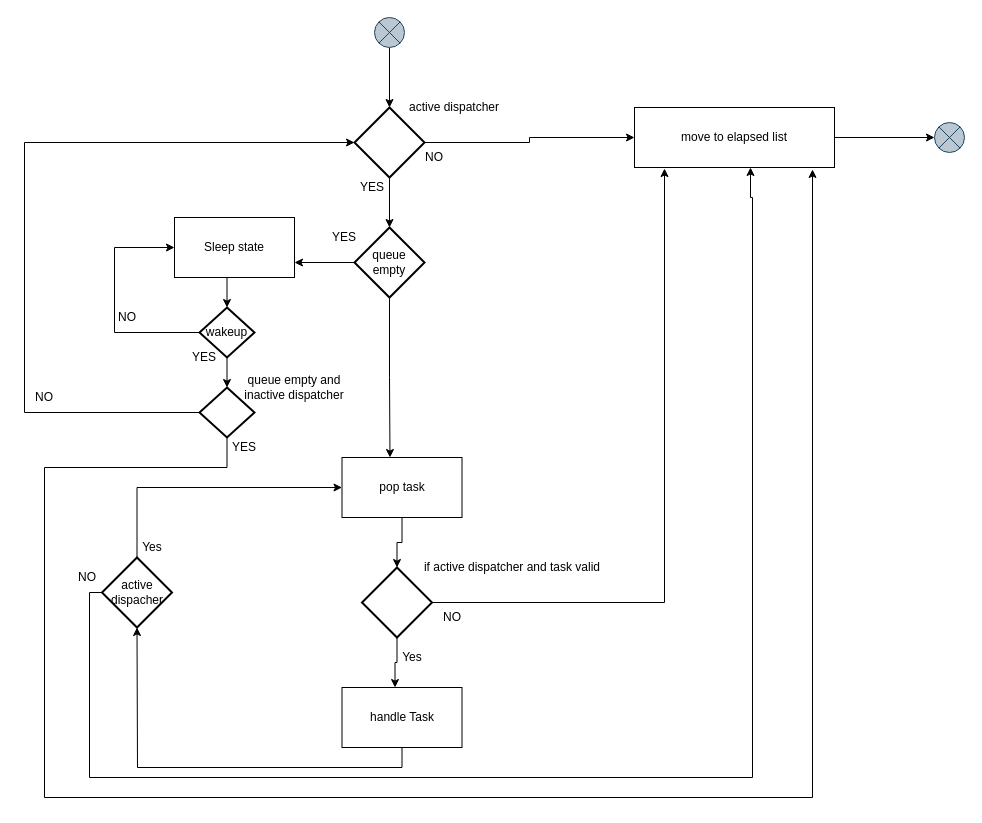
taikt/codefun keeps this draw.io diagram as page "dl_worker" (6 of 9) of doc/SA cert/Design/performance.drawio. Above is the earlier version. Source tidied: cells renumbered, new cells numbered last; positions are measured from the earlier drawing's top-left corner, leaving out a move shared by most shapes. Both pictures are drawn from the tidied source at 100%, with x=0, y=0 at pixel (24, 17).
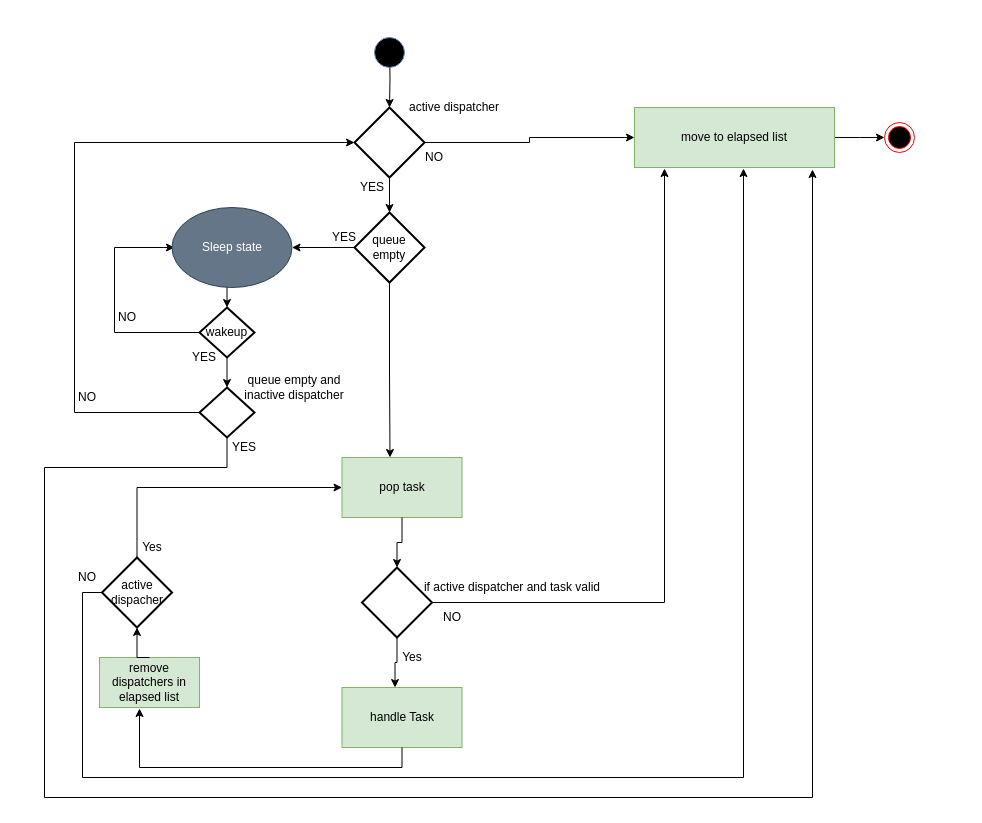
The same diagram, later.

The change refers to these unchanged cells:
```xml
<mxCell id="4" style="strokeWidth=2;html=1;shape=mxgraph.flowchart.decision;whiteSpace=wrap;fillColor=none;gradientColor=#ffffff;" parent="1" vertex="1">
  <mxGeometry x="330" y="90" width="70" height="70" as="geometry" />
</mxCell>
<mxCell id="16" style="strokeWidth=2;html=1;shape=mxgraph.flowchart.decision;whiteSpace=wrap;fillColor=none;gradientColor=#ffffff;" parent="1" vertex="1">
  <mxGeometry x="337.5" y="550" width="70" height="70" as="geometry" />
</mxCell>
<mxCell id="23" value="active dispacher" style="strokeWidth=2;html=1;shape=mxgraph.flowchart.decision;whiteSpace=wrap;fillColor=none;gradientColor=#ffffff;" parent="1" vertex="1">
  <mxGeometry x="77.5" y="540" width="70" height="70" as="geometry" />
</mxCell>
<mxCell id="36" value="wakeup" style="strokeWidth=2;html=1;shape=mxgraph.flowchart.decision;whiteSpace=wrap;fillColor=none;gradientColor=#ffffff;" parent="1" vertex="1">
  <mxGeometry x="175" y="290" width="55" height="50" as="geometry" />
</mxCell>
<mxCell id="40" style="strokeWidth=2;html=1;shape=mxgraph.flowchart.decision;whiteSpace=wrap;fillColor=none;gradientColor=#ffffff;" parent="1" vertex="1">
  <mxGeometry x="175" y="370" width="55" height="50" as="geometry" />
</mxCell>
```

The edit, as a diff of the source:
```diff
@@
-    <mxCell id="6" style="edgeStyle=orthogonalEdgeStyle;rounded=0;jettySize=auto;html=1;exitX=1;exitY=0.5;exitDx=0;exitDy=0;" parent="1" edge="1" source="7" target="27">
-      <mxGeometry relative="1" as="geometry" />
+    <mxCell id="6" style="edgeStyle=orthogonalEdgeStyle;rounded=0;jettySize=auto;html=1;exitX=1;exitY=0.5;exitDx=0;exitDy=0;" parent="1" edge="1" source="7">
+      <mxGeometry relative="1" as="geometry">
+        <mxPoint x="860" y="120" as="targetPoint" />
+      </mxGeometry>
     </mxCell>
-    <mxCell id="7" value="move to elapsed list" style="rounded=0;whiteSpace=wrap;html=1;" parent="1" vertex="1">
+    <mxCell id="7" value="move to elapsed list" style="rounded=0;whiteSpace=wrap;html=1;fillColor=#d5e8d4;strokeColor=#82b366;" parent="1" vertex="1">
       <mxGeometry x="610" y="90" width="200" height="60" as="geometry" />
     </mxCell>
@@
-    <mxCell id="9" style="edgeStyle=orthogonalEdgeStyle;rounded=0;jettySize=auto;html=1;exitX=0.5;exitY=1;exitDx=0;exitDy=0;entryX=0.5;entryY=0;entryDx=0;entryDy=0;entryPerimeter=0;" parent="1" edge="1" source="10" target="4">
-      <mxGeometry relative="1" as="geometry" />
+    <mxCell id="9" style="edgeStyle=orthogonalEdgeStyle;rounded=0;jettySize=auto;html=1;exitX=0.5;exitY=1;exitDx=0;exitDy=0;entryX=0.5;entryY=0;entryDx=0;entryDy=0;entryPerimeter=0;" parent="1" edge="1" target="4">
+      <mxGeometry relative="1" as="geometry">
+        <mxPoint x="365" y="30" as="sourcePoint" />
+      </mxGeometry>
     </mxCell>
-    <mxCell id="10" style="shape=sumEllipse;perimeter=ellipsePerimeter;whiteSpace=wrap;html=1;backgroundOutline=1;fillColor=#bac8d3;strokeColor=#23445d;" parent="1" vertex="1">
-      <mxGeometry x="350" width="30" height="30" as="geometry" />
-    </mxCell>
-    <mxCell id="11" style="edgeStyle=orthogonalEdgeStyle;rounded=0;jettySize=auto;html=1;exitX=0.5;exitY=1;exitDx=0;exitDy=0;entryX=0.5;entryY=0;entryDx=0;entryDy=0;entryPerimeter=0;" parent="1" edge="1" source="12" target="16">
-      <mxGeometry relative="1" as="geometry" />
-    </mxCell>
-    <mxCell id="12" value="pop task" style="rounded=0;whiteSpace=wrap;html=1;" parent="1" vertex="1">
+    <mxCell id="12" value="pop task" style="rounded=0;whiteSpace=wrap;html=1;fillColor=#d5e8d4;strokeColor=#82b366;" parent="1" vertex="1">
       <mxGeometry x="317.5" y="440" width="120" height="60" as="geometry" />
     </mxCell>
@@
     <mxCell id="17" value="if active dispatcher and task valid" style="text;html=1;strokeColor=none;fillColor=none;align=center;verticalAlign=middle;whiteSpace=wrap;rounded=0;" parent="1" vertex="1">
-      <mxGeometry x="377.5" y="540" width="220" height="20" as="geometry" />
+      <mxGeometry x="377.5" y="560" width="220" height="20" as="geometry" />
     </mxCell>
-    <mxCell id="18" style="edgeStyle=orthogonalEdgeStyle;rounded=0;jettySize=auto;html=1;exitX=0.5;exitY=1;exitDx=0;exitDy=0;" parent="1" edge="1" source="19">
-      <mxGeometry relative="1" as="geometry">
-        <mxPoint x="112.5" y="610" as="targetPoint" />
-      </mxGeometry>
-    </mxCell>
-    <mxCell id="19" value="handle Task" style="rounded=0;whiteSpace=wrap;html=1;" parent="1" vertex="1">
+    <mxCell id="19" value="handle Task" style="rounded=0;whiteSpace=wrap;html=1;fillColor=#d5e8d4;strokeColor=#82b366;" parent="1" vertex="1">
       <mxGeometry x="317.5" y="670" width="120" height="60" as="geometry" />
     </mxCell>
@@
-    <mxCell id="22" style="edgeStyle=orthogonalEdgeStyle;rounded=0;jettySize=auto;html=1;exitX=0;exitY=0.5;exitDx=0;exitDy=0;exitPerimeter=0;entryX=0.58;entryY=1;entryDx=0;entryDy=0;entryPerimeter=0;" parent="1" edge="1" source="23" target="7">
-      <mxGeometry relative="1" as="geometry">
-        <Array as="points">
-          <mxPoint x="65" y="575" />
-          <mxPoint x="65" y="760" />
-          <mxPoint x="728" y="760" />
-          <mxPoint x="728" y="180" />
-          <mxPoint x="726" y="180" />
-        </Array>
-      </mxGeometry>
-    </mxCell>
@@
-    <mxCell id="27" style="shape=sumEllipse;perimeter=ellipsePerimeter;whiteSpace=wrap;html=1;backgroundOutline=1;fillColor=#bac8d3;strokeColor=#23445d;" parent="1" vertex="1">
-      <mxGeometry x="910" y="105" width="30" height="30" as="geometry" />
-    </mxCell>
@@
-    <mxCell id="29" style="edgeStyle=orthogonalEdgeStyle;rounded=0;jettySize=auto;html=1;exitX=0;exitY=0.5;exitDx=0;exitDy=0;exitPerimeter=0;entryX=1;entryY=0.75;entryDx=0;entryDy=0;" parent="1" edge="1" source="30" target="32">
+    <mxCell id="29" style="edgeStyle=orthogonalEdgeStyle;rounded=0;jettySize=auto;html=1;exitX=0;exitY=0.5;exitDx=0;exitDy=0;exitPerimeter=0;entryX=1;entryY=0.5;entryDx=0;entryDy=0;" parent="1" edge="1" source="30" target="32">
       <mxGeometry relative="1" as="geometry" />
     </mxCell>
     <mxCell id="30" value="queue empty" style="strokeWidth=2;html=1;shape=mxgraph.flowchart.decision;whiteSpace=wrap;fillColor=none;gradientColor=#ffffff;" parent="1" vertex="1">
-      <mxGeometry x="330" y="210" width="70" height="70" as="geometry" />
+      <mxGeometry x="330" y="195" width="70" height="70" as="geometry" />
     </mxCell>
-    <mxCell id="31" style="edgeStyle=orthogonalEdgeStyle;rounded=0;jettySize=auto;html=1;exitX=0.5;exitY=1;exitDx=0;exitDy=0;entryX=0.5;entryY=0;entryDx=0;entryDy=0;entryPerimeter=0;" parent="1" edge="1" source="32" target="36">
-      <mxGeometry relative="1" as="geometry" />
+    <mxCell id="31" style="edgeStyle=orthogonalEdgeStyle;rounded=0;jettySize=auto;html=1;exitX=0.5;exitY=1;exitDx=0;exitDy=0;entryX=0.5;entryY=0;entryDx=0;entryDy=0;entryPerimeter=0;" parent="1" edge="1" target="36">
+      <mxGeometry relative="1" as="geometry">
+        <mxPoint x="210" y="260" as="sourcePoint" />
+      </mxGeometry>
     </mxCell>
-    <mxCell id="32" value="Sleep state" style="rounded=0;whiteSpace=wrap;html=1;" parent="1" vertex="1">
-      <mxGeometry x="150" y="200" width="120" height="60" as="geometry" />
-    </mxCell>
@@
-    <mxCell id="34" style="edgeStyle=orthogonalEdgeStyle;rounded=0;jettySize=auto;html=1;exitX=0;exitY=0.5;exitDx=0;exitDy=0;exitPerimeter=0;entryX=0;entryY=0.5;entryDx=0;entryDy=0;" parent="1" edge="1" source="36" target="32">
+    <mxCell id="34" style="edgeStyle=orthogonalEdgeStyle;rounded=0;jettySize=auto;html=1;exitX=0;exitY=0.5;exitDx=0;exitDy=0;exitPerimeter=0;entryX=0;entryY=0.5;entryDx=0;entryDy=0;" parent="1" edge="1" source="36">
       <mxGeometry relative="1" as="geometry">
+        <mxPoint x="150" y="230" as="targetPoint" />
         <Array as="points">
           <mxPoint x="90" y="315" />
           <mxPoint x="90" y="230" />
         </Array>
       </mxGeometry>
     </mxCell>
@@
     <mxCell id="38" style="edgeStyle=orthogonalEdgeStyle;rounded=0;jettySize=auto;html=1;exitX=0;exitY=0.5;exitDx=0;exitDy=0;exitPerimeter=0;entryX=0;entryY=0.5;entryDx=0;entryDy=0;entryPerimeter=0;" parent="1" edge="1" source="40" target="4">
       <mxGeometry relative="1" as="geometry">
         <Array as="points">
-          <mxPoint y="395" />
-          <mxPoint y="125" />
+          <mxPoint x="50" y="395" />
+          <mxPoint x="50" y="125" />
         </Array>
       </mxGeometry>
     </mxCell>
@@
     <mxCell id="42" value="NO" style="text;html=1;strokeColor=none;fillColor=none;align=center;verticalAlign=middle;whiteSpace=wrap;rounded=0;" parent="1" vertex="1">
-      <mxGeometry y="370" width="40" height="20" as="geometry" />
+      <mxGeometry x="42.5" y="370" width="40" height="20" as="geometry" />
     </mxCell>
@@
+    <mxCell id="45" value="remove dispatchers in elapsed list" style="rounded=0;whiteSpace=wrap;html=1;fillColor=#d5e8d4;strokeColor=#82b366;" parent="1" vertex="1">
+      <mxGeometry x="75" y="640" width="100" height="50" as="geometry" />
+    </mxCell>
+    <mxCell id="46" style="edgeStyle=orthogonalEdgeStyle;rounded=0;jettySize=auto;html=1;exitX=0.5;exitY=1;exitDx=0;exitDy=0;entryX=0.4;entryY=1.02;entryDx=0;entryDy=0;entryPerimeter=0;" parent="1" edge="1" source="19" target="45">
+      <mxGeometry relative="1" as="geometry" />
+    </mxCell>
+    <mxCell id="47" style="edgeStyle=orthogonalEdgeStyle;rounded=0;jettySize=auto;html=1;exitX=0.5;exitY=0;exitDx=0;exitDy=0;entryX=0.5;entryY=1;entryDx=0;entryDy=0;entryPerimeter=0;" parent="1" edge="1" source="45" target="23">
+      <mxGeometry relative="1" as="geometry" />
+    </mxCell>
+    <mxCell id="48" style="ellipse;whiteSpace=wrap;html=1;fillColor=#000000;strokeColor=#6c8ebf;" parent="1" vertex="1">
+      <mxGeometry x="350" y="20" width="30" height="30" as="geometry" />
+    </mxCell>
+    <mxCell id="49" style="ellipse;html=1;shape=endState;fillColor=#000000;strokeColor=#ff0000;" parent="1" vertex="1">
+      <mxGeometry x="860" y="105" width="30" height="30" as="geometry" />
+    </mxCell>
+    <mxCell id="32" value="Sleep state" style="ellipse;whiteSpace=wrap;html=1;fillColor=#647687;fontColor=#ffffff;strokeColor=#314354;" parent="1" vertex="1">
+      <mxGeometry x="147.5" y="190" width="120" height="80" as="geometry" />
+    </mxCell>
+    <mxCell id="22" style="edgeStyle=orthogonalEdgeStyle;rounded=0;jettySize=auto;html=1;exitX=0;exitY=0.5;exitDx=0;exitDy=0;exitPerimeter=0;entryX=0.545;entryY=1.017;entryDx=0;entryDy=0;entryPerimeter=0;" parent="1" edge="1" source="23" target="7">
+      <mxGeometry relative="1" as="geometry">
+        <Array as="points">
+          <mxPoint x="58" y="575" />
+          <mxPoint x="58" y="760" />
+          <mxPoint x="719" y="760" />
+        </Array>
+      </mxGeometry>
+    </mxCell>
+    <mxCell id="11" style="edgeStyle=orthogonalEdgeStyle;rounded=0;jettySize=auto;html=1;exitX=0.5;exitY=1;exitDx=0;exitDy=0;entryX=0.5;entryY=0;entryDx=0;entryDy=0;entryPerimeter=0;" parent="1" edge="1" source="12" target="16">
+      <mxGeometry relative="1" as="geometry" />
+    </mxCell>
```
